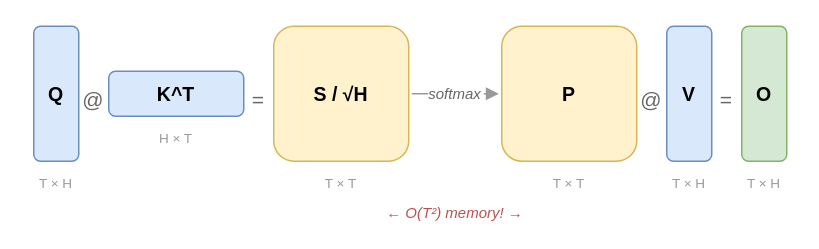
Earlier version of the draw.io diagram images/splash-attention-puzzle1.drawio (vorushin/pallas_puzzles). Source tidied: cells renumbered, new cells numbered last; positions are measured from the earlier drawing's top-left corner, leaving out a move shared by most shapes. Both pictures are drawn from the tidied source at 150%, with x=0, y=0 at pixel (26, 26).
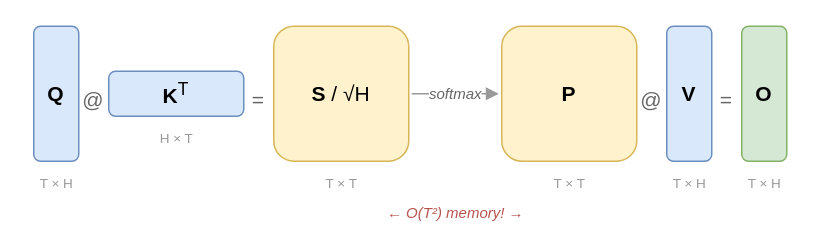
The same diagram, later.

Commit message (it also covers changes not shown here):
Puzzle 1 diagram: proper HTML formatting (superscripts, × symbol, bold/italic)

Use draw.io HTML labels for typographic quality: K^T → K<sup>T</sup>,
T^2 → T², × instead of x, bold matrix names, italic "softmax".

Diff of the diagram source:
```diff
@@
-    <mxCell id="2" value="Q" style="rounded=1;whiteSpace=wrap;fillColor=#dae8fc;strokeColor=#6c8ebf;fontSize=13;fontStyle=1;" parent="1" vertex="1">
+    <mxCell id="2" value="&lt;b&gt;Q&lt;/b&gt;" style="rounded=1;whiteSpace=wrap;fillColor=#dae8fc;strokeColor=#6c8ebf;fontSize=14;html=1;" parent="1" vertex="1">
       <mxGeometry x="5" width="30" height="90" as="geometry" />
     </mxCell>
@@
-    <mxCell id="4" value="K^T" style="rounded=1;whiteSpace=wrap;fillColor=#dae8fc;strokeColor=#6c8ebf;fontSize=13;fontStyle=1;" parent="1" vertex="1">
+    <mxCell id="4" value="&lt;b&gt;K&lt;/b&gt;&lt;sup&gt;T&lt;/sup&gt;" style="rounded=1;whiteSpace=wrap;fillColor=#dae8fc;strokeColor=#6c8ebf;fontSize=14;html=1;" parent="1" vertex="1">
       <mxGeometry x="55" y="30" width="90" height="30" as="geometry" />
     </mxCell>
@@
-    <mxCell id="6" value="S / √H" style="rounded=1;whiteSpace=wrap;fillColor=#fff2cc;strokeColor=#d6b656;fontSize=13;fontStyle=1;" parent="1" vertex="1">
+    <mxCell id="6" value="&lt;b&gt;S&lt;/b&gt; / √H" style="rounded=1;whiteSpace=wrap;fillColor=#fff2cc;strokeColor=#d6b656;fontSize=14;html=1;" parent="1" vertex="1">
       <mxGeometry x="165" width="90" height="90" as="geometry" />
     </mxCell>
-    <mxCell id="7" value="softmax" style="fontSize=10;fontStyle=2;fontColor=#666666;endArrow=block;endFill=1;strokeWidth=1;strokeColor=#999999;" parent="1" edge="1">
+    <mxCell id="7" value="&lt;i&gt;softmax&lt;/i&gt;" style="fontSize=10;fontColor=#666666;endArrow=block;endFill=1;strokeWidth=1;strokeColor=#999999;html=1;" parent="1" edge="1">
       <mxGeometry relative="1" as="geometry">
         <mxPoint x="257" y="45" as="sourcePoint" />
         <mxPoint x="315" y="45" as="targetPoint" />
       </mxGeometry>
     </mxCell>
-    <mxCell id="8" value="P" style="rounded=1;whiteSpace=wrap;fillColor=#fff2cc;strokeColor=#d6b656;fontSize=13;fontStyle=1;" parent="1" vertex="1">
+    <mxCell id="8" value="&lt;b&gt;P&lt;/b&gt;" style="rounded=1;whiteSpace=wrap;fillColor=#fff2cc;strokeColor=#d6b656;fontSize=14;html=1;" parent="1" vertex="1">
       <mxGeometry x="317" width="90" height="90" as="geometry" />
     </mxCell>
@@
-    <mxCell id="10" value="V" style="rounded=1;whiteSpace=wrap;fillColor=#dae8fc;strokeColor=#6c8ebf;fontSize=13;fontStyle=1;" parent="1" vertex="1">
+    <mxCell id="10" value="&lt;b&gt;V&lt;/b&gt;" style="rounded=1;whiteSpace=wrap;fillColor=#dae8fc;strokeColor=#6c8ebf;fontSize=14;html=1;" parent="1" vertex="1">
       <mxGeometry x="427" width="30" height="90" as="geometry" />
     </mxCell>
@@
-    <mxCell id="12" value="O" style="rounded=1;whiteSpace=wrap;fillColor=#d5e8d4;strokeColor=#82b366;fontSize=13;fontStyle=1;" parent="1" vertex="1">
+    <mxCell id="12" value="&lt;b&gt;O&lt;/b&gt;" style="rounded=1;whiteSpace=wrap;fillColor=#d5e8d4;strokeColor=#82b366;fontSize=14;html=1;" parent="1" vertex="1">
       <mxGeometry x="477" width="30" height="90" as="geometry" />
     </mxCell>
-    <mxCell id="13" value="T × H" style="text;fontSize=9;fontColor=#999999;align=center;" parent="1" vertex="1">
+    <mxCell id="13" value="T &amp;times; H" style="text;fontSize=9;fontColor=#999999;align=center;html=1;" parent="1" vertex="1">
       <mxGeometry y="93" width="40" height="16" as="geometry" />
     </mxCell>
-    <mxCell id="14" value="H × T" style="text;fontSize=9;fontColor=#999999;align=center;" parent="1" vertex="1">
+    <mxCell id="14" value="H &amp;times; T" style="text;fontSize=9;fontColor=#999999;align=center;html=1;" parent="1" vertex="1">
       <mxGeometry x="55" y="63" width="90" height="16" as="geometry" />
     </mxCell>
-    <mxCell id="15" value="T × T" style="text;fontSize=9;fontColor=#999999;align=center;" parent="1" vertex="1">
+    <mxCell id="15" value="T &amp;times; T" style="text;fontSize=9;fontColor=#999999;align=center;html=1;" parent="1" vertex="1">
       <mxGeometry x="165" y="93" width="90" height="16" as="geometry" />
     </mxCell>
-    <mxCell id="16" value="T × T" style="text;fontSize=9;fontColor=#999999;align=center;" parent="1" vertex="1">
+    <mxCell id="16" value="T &amp;times; T" style="text;fontSize=9;fontColor=#999999;align=center;html=1;" parent="1" vertex="1">
       <mxGeometry x="317" y="93" width="90" height="16" as="geometry" />
     </mxCell>
-    <mxCell id="17" value="T × H" style="text;fontSize=9;fontColor=#999999;align=center;" parent="1" vertex="1">
+    <mxCell id="17" value="T &amp;times; H" style="text;fontSize=9;fontColor=#999999;align=center;html=1;" parent="1" vertex="1">
       <mxGeometry x="422" y="93" width="40" height="16" as="geometry" />
     </mxCell>
-    <mxCell id="18" value="T × H" style="text;fontSize=9;fontColor=#999999;align=center;" parent="1" vertex="1">
+    <mxCell id="18" value="T &amp;times; H" style="text;fontSize=9;fontColor=#999999;align=center;html=1;" parent="1" vertex="1">
       <mxGeometry x="472" y="93" width="40" height="16" as="geometry" />
     </mxCell>
-    <mxCell id="19" value="← O(T²) memory! →" style="text;fontSize=10;fontColor=#b85450;fontStyle=2;align=center;" parent="1" vertex="1">
+    <mxCell id="19" value="&amp;larr; O(T&amp;sup2;) memory! &amp;rarr;" style="text;fontSize=10;fontColor=#b85450;fontStyle=2;align=center;html=1;" parent="1" vertex="1">
       <mxGeometry x="165" y="112" width="242" height="18" as="geometry" />
     </mxCell>
```
